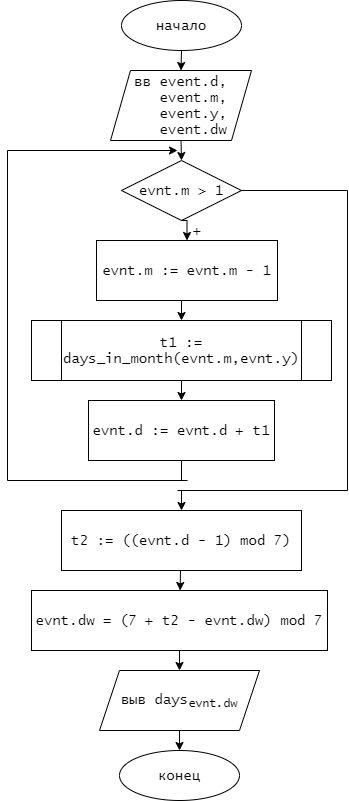
Earlier version of the draw.io export лр8/предопр проц.png (Aprokun/-). Source tidied: cells renumbered, new cells last; positions are measured from the earlier drawing's top-left corner, leaving out a move shared by most shapes. The source it was exported from:
```xml
<mxGraphModel>
  <root>
    <mxCell id="0" />
    <mxCell id="1" parent="0" />
    <mxCell id="2" style="edgeStyle=orthogonalEdgeStyle;rounded=0;jettySize=auto;html=1;exitX=0.5;exitY=1;exitDx=0;exitDy=0;entryX=0.5;entryY=0;entryDx=0;entryDy=0;fontFamily=Lucida Console;fontSize=14;" parent="1" edge="1" source="3" target="5">
      <mxGeometry relative="1" as="geometry" />
    </mxCell>
    <mxCell id="3" value="начало" style="ellipse;whiteSpace=wrap;html=1;fontFamily=Lucida Console;fontSize=14;" parent="1" vertex="1">
      <mxGeometry x="114" width="120" height="50" as="geometry" />
    </mxCell>
    <mxCell id="4" style="edgeStyle=orthogonalEdgeStyle;rounded=0;jettySize=auto;html=1;exitX=0.5;exitY=1;exitDx=0;exitDy=0;entryX=0.5;entryY=0;entryDx=0;entryDy=0;fontFamily=Lucida Console;fontSize=14;" parent="1" edge="1" source="5" target="7">
      <mxGeometry relative="1" as="geometry" />
    </mxCell>
    <mxCell id="5" value="вв event.d,&lt;br&gt;&amp;nbsp; &amp;nbsp;event.m,&lt;br&gt;&amp;nbsp; &amp;nbsp;event.y,&lt;br&gt;&amp;nbsp; &amp;nbsp;event.dw" style="shape=parallelogram;perimeter=parallelogramPerimeter;whiteSpace=wrap;html=1;fixedSize=1;fontFamily=Lucida Console;fontSize=14;" parent="1" vertex="1">
      <mxGeometry x="103" y="70" width="141" height="70" as="geometry" />
    </mxCell>
    <mxCell id="6" style="edgeStyle=orthogonalEdgeStyle;rounded=0;jettySize=auto;html=1;exitX=0.5;exitY=1;exitDx=0;exitDy=0;entryX=0.5;entryY=0;entryDx=0;entryDy=0;fontFamily=Lucida Console;fontSize=14;" parent="1" edge="1" source="7" target="9">
      <mxGeometry relative="1" as="geometry" />
    </mxCell>
    <mxCell id="7" value="evnt.m &amp;gt; 1" style="rhombus;whiteSpace=wrap;html=1;fontFamily=Lucida Console;fontSize=14;" parent="1" vertex="1">
      <mxGeometry x="114" y="160" width="120" height="60" as="geometry" />
    </mxCell>
    <mxCell id="8" style="edgeStyle=orthogonalEdgeStyle;rounded=0;jettySize=auto;html=1;exitX=0.5;exitY=1;exitDx=0;exitDy=0;entryX=0.5;entryY=0;entryDx=0;entryDy=0;fontFamily=Lucida Console;fontSize=14;" parent="1" edge="1" source="9" target="11">
      <mxGeometry relative="1" as="geometry" />
    </mxCell>
    <mxCell id="9" value="evnt.m := evnt.m - 1" style="rounded=0;whiteSpace=wrap;html=1;fontFamily=Lucida Console;fontSize=14;" parent="1" vertex="1">
      <mxGeometry x="89" y="240" width="181" height="60" as="geometry" />
    </mxCell>
    <mxCell id="10" style="edgeStyle=orthogonalEdgeStyle;rounded=0;jettySize=auto;html=1;exitX=0.5;exitY=1;exitDx=0;exitDy=0;entryX=0.5;entryY=0;entryDx=0;entryDy=0;fontFamily=Lucida Console;fontSize=14;" parent="1" edge="1" source="11" target="12">
      <mxGeometry relative="1" as="geometry" />
    </mxCell>
    <mxCell id="11" value="t1 := days_in_month(evnt.m,evnt.y)" style="shape=process;whiteSpace=wrap;html=1;backgroundOutline=1;fontFamily=Lucida Console;fontSize=14;" parent="1" vertex="1">
      <mxGeometry x="24" y="320" width="300" height="60" as="geometry" />
    </mxCell>
    <mxCell id="12" value="evnt.d := evnt.d + t1" style="rounded=0;whiteSpace=wrap;html=1;fontFamily=Lucida Console;fontSize=14;" parent="1" vertex="1">
      <mxGeometry x="81" y="400" width="186" height="60" as="geometry" />
    </mxCell>
    <mxCell id="13" value="+" style="text;html=1;align=center;verticalAlign=middle;fontSize=14;fontFamily=Lucida Console;" parent="1" vertex="1">
      <mxGeometry x="180" y="220" width="20" height="20" as="geometry" />
    </mxCell>
    <mxCell id="14" style="endArrow=none;html=1;fontFamily=Lucida Console;fontSize=14;entryX=0.5;entryY=1;entryDx=0;entryDy=0;" parent="1" edge="1" target="12">
      <mxGeometry relative="1" as="geometry">
        <mxPoint x="174" y="480" as="sourcePoint" />
      </mxGeometry>
    </mxCell>
    <mxCell id="15" style="endArrow=none;html=1;fontFamily=Lucida Console;fontSize=14;" parent="1" edge="1">
      <mxGeometry relative="1" as="geometry">
        <mxPoint y="480" as="sourcePoint" />
        <mxPoint x="180" y="480" as="targetPoint" />
      </mxGeometry>
    </mxCell>
    <mxCell id="16" style="endArrow=none;html=1;fontFamily=Lucida Console;fontSize=14;" parent="1" edge="1">
      <mxGeometry relative="1" as="geometry">
        <mxPoint y="480" as="sourcePoint" />
        <mxPoint y="150" as="targetPoint" />
      </mxGeometry>
    </mxCell>
    <mxCell id="17" style="endArrow=classic;html=1;fontFamily=Lucida Console;fontSize=14;" parent="1" edge="1">
      <mxGeometry relative="1" as="geometry">
        <mxPoint y="150" as="sourcePoint" />
        <mxPoint x="170" y="150" as="targetPoint" />
      </mxGeometry>
    </mxCell>
    <mxCell id="18" style="endArrow=none;html=1;fontFamily=Lucida Console;fontSize=14;entryX=1;entryY=0.5;entryDx=0;entryDy=0;" parent="1" edge="1" target="7">
      <mxGeometry relative="1" as="geometry">
        <mxPoint x="340" y="190" as="sourcePoint" />
      </mxGeometry>
    </mxCell>
    <mxCell id="19" style="endArrow=none;html=1;fontFamily=Lucida Console;fontSize=14;" parent="1" edge="1">
      <mxGeometry relative="1" as="geometry">
        <mxPoint x="340" y="490" as="sourcePoint" />
        <mxPoint x="340" y="190" as="targetPoint" />
      </mxGeometry>
    </mxCell>
    <mxCell id="20" style="endArrow=none;html=1;fontFamily=Lucida Console;fontSize=14;" parent="1" edge="1">
      <mxGeometry relative="1" as="geometry">
        <mxPoint x="170" y="490" as="sourcePoint" />
        <mxPoint x="340" y="490" as="targetPoint" />
      </mxGeometry>
    </mxCell>
    <mxCell id="21" style="endArrow=classic;html=1;fontFamily=Lucida Console;fontSize=14;" parent="1" edge="1">
      <mxGeometry relative="1" as="geometry">
        <mxPoint x="174" y="490" as="sourcePoint" />
        <mxPoint x="174" y="510" as="targetPoint" />
      </mxGeometry>
    </mxCell>
    <mxCell id="22" value="evnt.dw = (7 + t2 - evnt.dw) mod 7" style="rounded=0;whiteSpace=wrap;html=1;fontFamily=Lucida Console;fontSize=14;" parent="1" vertex="1">
      <mxGeometry x="24" y="590" width="296" height="60" as="geometry" />
    </mxCell>
    <mxCell id="23" value="t2 := ((evnt.d - 1) mod 7)" style="rounded=0;whiteSpace=wrap;html=1;fontFamily=Lucida Console;fontSize=14;" parent="1" vertex="1">
      <mxGeometry x="54" y="510" width="240" height="60" as="geometry" />
    </mxCell>
    <mxCell id="24" style="endArrow=classic;html=1;fontFamily=Lucida Console;fontSize=14;" parent="1" edge="1" target="22">
      <mxGeometry relative="1" as="geometry">
        <mxPoint x="173" y="570" as="sourcePoint" />
      </mxGeometry>
    </mxCell>
    <mxCell id="25" style="edgeStyle=orthogonalEdgeStyle;rounded=0;jettySize=auto;html=1;exitX=0.5;exitY=1;exitDx=0;exitDy=0;entryX=0.5;entryY=0;entryDx=0;entryDy=0;fontFamily=Lucida Console;fontSize=14;" parent="1" edge="1" source="26" target="28">
      <mxGeometry relative="1" as="geometry" />
    </mxCell>
    <mxCell id="26" value="выв days&lt;sub&gt;evnt.dw&lt;/sub&gt;" style="shape=parallelogram;perimeter=parallelogramPerimeter;whiteSpace=wrap;html=1;fixedSize=1;fontFamily=Lucida Console;fontSize=14;" parent="1" vertex="1">
      <mxGeometry x="92" y="670" width="160" height="60" as="geometry" />
    </mxCell>
    <mxCell id="27" style="endArrow=classic;html=1;fontFamily=Lucida Console;fontSize=14;entryX=0.5;entryY=0;entryDx=0;entryDy=0;exitX=0.5;exitY=1;exitDx=0;exitDy=0;" parent="1" edge="1" source="22" target="26">
      <mxGeometry relative="1" as="geometry" />
    </mxCell>
    <mxCell id="28" value="конец" style="ellipse;whiteSpace=wrap;html=1;fontFamily=Lucida Console;fontSize=14;" parent="1" vertex="1">
      <mxGeometry x="112" y="750" width="120" height="50" as="geometry" />
    </mxCell>
  </root>
</mxGraphModel>
```
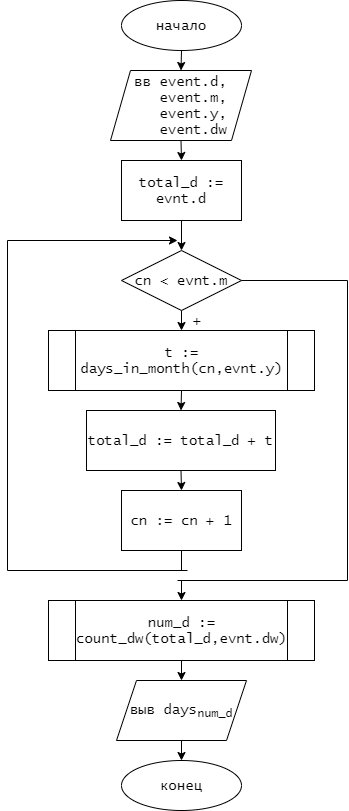
The same diagram one commit later.

Change to the diagram source:
```diff
@@ -8,104 +8,106 @@
     <mxCell id="3" value="начало" style="ellipse;whiteSpace=wrap;html=1;fontFamily=Lucida Console;fontSize=14;" parent="1" vertex="1">
       <mxGeometry x="114" width="120" height="50" as="geometry" />
     </mxCell>
-    <mxCell id="4" style="edgeStyle=orthogonalEdgeStyle;rounded=0;jettySize=auto;html=1;exitX=0.5;exitY=1;exitDx=0;exitDy=0;entryX=0.5;entryY=0;entryDx=0;entryDy=0;fontFamily=Lucida Console;fontSize=14;" parent="1" edge="1" source="5" target="7">
-      <mxGeometry relative="1" as="geometry" />
-    </mxCell>
+    <mxCell id="29" style="edgeStyle=orthogonalEdgeStyle;rounded=0;jettySize=auto;html=1;exitX=0.5;exitY=1;exitDx=0;exitDy=0;entryX=0.5;entryY=0;entryDx=0;entryDy=0;fontFamily=Lucida Console;fontSize=14;" parent="1" edge="1" source="5" target="36">
+      <mxGeometry relative="1" as="geometry" />
+    </mxCell>
     <mxCell id="5" value="вв event.d,&lt;br&gt;&amp;nbsp; &amp;nbsp;event.m,&lt;br&gt;&amp;nbsp; &amp;nbsp;event.y,&lt;br&gt;&amp;nbsp; &amp;nbsp;event.dw" style="shape=parallelogram;perimeter=parallelogramPerimeter;whiteSpace=wrap;html=1;fixedSize=1;fontFamily=Lucida Console;fontSize=14;" parent="1" vertex="1">
       <mxGeometry x="103" y="70" width="141" height="70" as="geometry" />
     </mxCell>
-    <mxCell id="6" style="edgeStyle=orthogonalEdgeStyle;rounded=0;jettySize=auto;html=1;exitX=0.5;exitY=1;exitDx=0;exitDy=0;entryX=0.5;entryY=0;entryDx=0;entryDy=0;fontFamily=Lucida Console;fontSize=14;" parent="1" edge="1" source="7" target="9">
-      <mxGeometry relative="1" as="geometry" />
+    <mxCell id="6" style="edgeStyle=orthogonalEdgeStyle;rounded=0;jettySize=auto;html=1;exitX=0.5;exitY=1;exitDx=0;exitDy=0;entryX=0.5;entryY=0;entryDx=0;entryDy=0;fontFamily=Lucida Console;fontSize=14;" parent="1" edge="1" source="7">
+      <mxGeometry relative="1" as="geometry">
+        <mxPoint x="174" y="330" as="targetPoint" />
+      </mxGeometry>
     </mxCell>
-    <mxCell id="7" value="evnt.m &amp;gt; 1" style="rhombus;whiteSpace=wrap;html=1;fontFamily=Lucida Console;fontSize=14;" parent="1" vertex="1">
-      <mxGeometry x="114" y="160" width="120" height="60" as="geometry" />
+    <mxCell id="7" value="cn &amp;lt; evnt.m" style="rhombus;whiteSpace=wrap;html=1;fontFamily=Lucida Console;fontSize=14;" parent="1" vertex="1">
+      <mxGeometry x="114" y="250" width="120" height="60" as="geometry" />
     </mxCell>
-    <mxCell id="8" style="edgeStyle=orthogonalEdgeStyle;rounded=0;jettySize=auto;html=1;exitX=0.5;exitY=1;exitDx=0;exitDy=0;entryX=0.5;entryY=0;entryDx=0;entryDy=0;fontFamily=Lucida Console;fontSize=14;" parent="1" edge="1" source="9" target="11">
-      <mxGeometry relative="1" as="geometry" />
-    </mxCell>
-    <mxCell id="9" value="evnt.m := evnt.m - 1" style="rounded=0;whiteSpace=wrap;html=1;fontFamily=Lucida Console;fontSize=14;" parent="1" vertex="1">
-      <mxGeometry x="89" y="240" width="181" height="60" as="geometry" />
-    </mxCell>
     <mxCell id="10" style="edgeStyle=orthogonalEdgeStyle;rounded=0;jettySize=auto;html=1;exitX=0.5;exitY=1;exitDx=0;exitDy=0;entryX=0.5;entryY=0;entryDx=0;entryDy=0;fontFamily=Lucida Console;fontSize=14;" parent="1" edge="1" source="11" target="12">
       <mxGeometry relative="1" as="geometry" />
     </mxCell>
-    <mxCell id="11" value="t1 := days_in_month(evnt.m,evnt.y)" style="shape=process;whiteSpace=wrap;html=1;backgroundOutline=1;fontFamily=Lucida Console;fontSize=14;" parent="1" vertex="1">
-      <mxGeometry x="24" y="320" width="300" height="60" as="geometry" />
+    <mxCell id="11" value="t := days_in_month(cn,evnt.y)" style="shape=process;whiteSpace=wrap;html=1;backgroundOutline=1;fontFamily=Lucida Console;fontSize=14;" parent="1" vertex="1">
+      <mxGeometry x="41" y="330" width="266" height="60" as="geometry" />
     </mxCell>
+    <mxCell id="30" style="edgeStyle=orthogonalEdgeStyle;rounded=0;jettySize=auto;html=1;exitX=0.5;exitY=1;exitDx=0;exitDy=0;entryX=0.5;entryY=0;entryDx=0;entryDy=0;fontFamily=Lucida Console;fontSize=14;" parent="1" edge="1" source="12" target="31">
+      <mxGeometry relative="1" as="geometry" />
+    </mxCell>
-    <mxCell id="12" value="evnt.d := evnt.d + t1" style="rounded=0;whiteSpace=wrap;html=1;fontFamily=Lucida Console;fontSize=14;" parent="1" vertex="1">
-      <mxGeometry x="81" y="400" width="186" height="60" as="geometry" />
+    <mxCell id="12" value="total_d := total_d + t" style="rounded=0;whiteSpace=wrap;html=1;fontFamily=Lucida Console;fontSize=14;" parent="1" vertex="1">
+      <mxGeometry x="79" y="410" width="189" height="60" as="geometry" />
     </mxCell>
     <mxCell id="13" value="+" style="text;html=1;align=center;verticalAlign=middle;fontSize=14;fontFamily=Lucida Console;" parent="1" vertex="1">
-      <mxGeometry x="180" y="220" width="20" height="20" as="geometry" />
+      <mxGeometry x="180" y="310" width="20" height="20" as="geometry" />
     </mxCell>
-    <mxCell id="14" style="endArrow=none;html=1;fontFamily=Lucida Console;fontSize=14;entryX=0.5;entryY=1;entryDx=0;entryDy=0;" parent="1" edge="1" target="12">
-      <mxGeometry relative="1" as="geometry">
-        <mxPoint x="174" y="480" as="sourcePoint" />
-      </mxGeometry>
-    </mxCell>
     <mxCell id="15" style="endArrow=none;html=1;fontFamily=Lucida Console;fontSize=14;" parent="1" edge="1">
       <mxGeometry relative="1" as="geometry">
-        <mxPoint y="480" as="sourcePoint" />
-        <mxPoint x="180" y="480" as="targetPoint" />
+        <mxPoint y="570" as="sourcePoint" />
+        <mxPoint x="180" y="570" as="targetPoint" />
       </mxGeometry>
     </mxCell>
     <mxCell id="16" style="endArrow=none;html=1;fontFamily=Lucida Console;fontSize=14;" parent="1" edge="1">
       <mxGeometry relative="1" as="geometry">
-        <mxPoint y="480" as="sourcePoint" />
-        <mxPoint y="150" as="targetPoint" />
+        <mxPoint y="570" as="sourcePoint" />
+        <mxPoint y="240" as="targetPoint" />
       </mxGeometry>
     </mxCell>
     <mxCell id="17" style="endArrow=classic;html=1;fontFamily=Lucida Console;fontSize=14;" parent="1" edge="1">
       <mxGeometry relative="1" as="geometry">
-        <mxPoint y="150" as="sourcePoint" />
-        <mxPoint x="170" y="150" as="targetPoint" />
+        <mxPoint y="240" as="sourcePoint" />
+        <mxPoint x="170" y="240" as="targetPoint" />
       </mxGeometry>
     </mxCell>
     <mxCell id="18" style="endArrow=none;html=1;fontFamily=Lucida Console;fontSize=14;entryX=1;entryY=0.5;entryDx=0;entryDy=0;" parent="1" edge="1" target="7">
       <mxGeometry relative="1" as="geometry">
-        <mxPoint x="340" y="190" as="sourcePoint" />
+        <mxPoint x="340" y="280" as="sourcePoint" />
       </mxGeometry>
     </mxCell>
     <mxCell id="19" style="endArrow=none;html=1;fontFamily=Lucida Console;fontSize=14;" parent="1" edge="1">
       <mxGeometry relative="1" as="geometry">
-        <mxPoint x="340" y="490" as="sourcePoint" />
-        <mxPoint x="340" y="190" as="targetPoint" />
+        <mxPoint x="340" y="580" as="sourcePoint" />
+        <mxPoint x="340" y="280" as="targetPoint" />
       </mxGeometry>
     </mxCell>
     <mxCell id="20" style="endArrow=none;html=1;fontFamily=Lucida Console;fontSize=14;" parent="1" edge="1">
       <mxGeometry relative="1" as="geometry">
-        <mxPoint x="170" y="490" as="sourcePoint" />
-        <mxPoint x="340" y="490" as="targetPoint" />
+        <mxPoint x="170" y="580" as="sourcePoint" />
+        <mxPoint x="340" y="580" as="targetPoint" />
       </mxGeometry>
     </mxCell>
     <mxCell id="21" style="endArrow=classic;html=1;fontFamily=Lucida Console;fontSize=14;" parent="1" edge="1">
       <mxGeometry relative="1" as="geometry">
-        <mxPoint x="174" y="490" as="sourcePoint" />
-        <mxPoint x="174" y="510" as="targetPoint" />
+        <mxPoint x="174" y="580" as="sourcePoint" />
+        <mxPoint x="174" y="600" as="targetPoint" />
       </mxGeometry>
     </mxCell>
-    <mxCell id="22" value="evnt.dw = (7 + t2 - evnt.dw) mod 7" style="rounded=0;whiteSpace=wrap;html=1;fontFamily=Lucida Console;fontSize=14;" parent="1" vertex="1">
-      <mxGeometry x="24" y="590" width="296" height="60" as="geometry" />
-    </mxCell>
-    <mxCell id="23" value="t2 := ((evnt.d - 1) mod 7)" style="rounded=0;whiteSpace=wrap;html=1;fontFamily=Lucida Console;fontSize=14;" parent="1" vertex="1">
-      <mxGeometry x="54" y="510" width="240" height="60" as="geometry" />
-    </mxCell>
-    <mxCell id="24" style="endArrow=classic;html=1;fontFamily=Lucida Console;fontSize=14;" parent="1" edge="1" target="22">
-      <mxGeometry relative="1" as="geometry">
-        <mxPoint x="173" y="570" as="sourcePoint" />
-      </mxGeometry>
-    </mxCell>
-    <mxCell id="25" style="edgeStyle=orthogonalEdgeStyle;rounded=0;jettySize=auto;html=1;exitX=0.5;exitY=1;exitDx=0;exitDy=0;entryX=0.5;entryY=0;entryDx=0;entryDy=0;fontFamily=Lucida Console;fontSize=14;" parent="1" edge="1" source="26" target="28">
-      <mxGeometry relative="1" as="geometry" />
+    <mxCell id="25" style="edgeStyle=orthogonalEdgeStyle;rounded=0;jettySize=auto;html=1;exitX=0.5;exitY=1;exitDx=0;exitDy=0;entryX=0.5;entryY=0;entryDx=0;entryDy=0;fontFamily=Lucida Console;fontSize=14;" parent="1" edge="1" target="28">
+      <mxGeometry relative="1" as="geometry">
+        <mxPoint x="174" y="740" as="sourcePoint" />
+      </mxGeometry>
     </mxCell>
-    <mxCell id="26" value="выв days&lt;sub&gt;evnt.dw&lt;/sub&gt;" style="shape=parallelogram;perimeter=parallelogramPerimeter;whiteSpace=wrap;html=1;fixedSize=1;fontFamily=Lucida Console;fontSize=14;" parent="1" vertex="1">
-      <mxGeometry x="92" y="670" width="160" height="60" as="geometry" />
-    </mxCell>
-    <mxCell id="27" style="endArrow=classic;html=1;fontFamily=Lucida Console;fontSize=14;entryX=0.5;entryY=0;entryDx=0;entryDy=0;exitX=0.5;exitY=1;exitDx=0;exitDy=0;" parent="1" edge="1" source="22" target="26">
-      <mxGeometry relative="1" as="geometry" />
-    </mxCell>
     <mxCell id="28" value="конец" style="ellipse;whiteSpace=wrap;html=1;fontFamily=Lucida Console;fontSize=14;" parent="1" vertex="1">
-      <mxGeometry x="112" y="750" width="120" height="50" as="geometry" />
+      <mxGeometry x="114" y="760" width="120" height="50" as="geometry" />
     </mxCell>
+    <mxCell id="31" value="cn := cn + 1" style="rounded=0;whiteSpace=wrap;html=1;fontSize=14;fontFamily=Lucida Console;" parent="1" vertex="1">
+      <mxGeometry x="114" y="490" width="120" height="60" as="geometry" />
+    </mxCell>
+    <mxCell id="32" style="endArrow=none;html=1;fontFamily=Lucida Console;fontSize=14;entryX=0.5;entryY=1;entryDx=0;entryDy=0;" parent="1" edge="1" target="31">
+      <mxGeometry relative="1" as="geometry">
+        <mxPoint x="174" y="570" as="sourcePoint" />
+      </mxGeometry>
+    </mxCell>
+    <mxCell id="33" style="edgeStyle=orthogonalEdgeStyle;rounded=0;jettySize=auto;html=1;exitX=0.5;exitY=1;exitDx=0;exitDy=0;entryX=0.5;entryY=0;entryDx=0;entryDy=0;fontFamily=Lucida Console;fontSize=14;" parent="1" edge="1" source="34" target="37">
+      <mxGeometry relative="1" as="geometry" />
+    </mxCell>
+    <mxCell id="34" value="num_d := count_dw(total_d,evnt.dw)" style="shape=process;whiteSpace=wrap;html=1;backgroundOutline=1;fontFamily=Lucida Console;fontSize=14;" parent="1" vertex="1">
+      <mxGeometry x="41" y="600" width="266" height="60" as="geometry" />
+    </mxCell>
+    <mxCell id="35" style="edgeStyle=orthogonalEdgeStyle;rounded=0;jettySize=auto;html=1;exitX=0.5;exitY=1;exitDx=0;exitDy=0;entryX=0.5;entryY=0;entryDx=0;entryDy=0;fontFamily=Lucida Console;fontSize=14;" parent="1" edge="1" source="36" target="7">
+      <mxGeometry relative="1" as="geometry" />
+    </mxCell>
+    <mxCell id="36" value="total_d := evnt.d" style="rounded=0;whiteSpace=wrap;html=1;fontSize=14;fontFamily=Lucida Console;" parent="1" vertex="1">
+      <mxGeometry x="114" y="160" width="120" height="60" as="geometry" />
+    </mxCell>
+    <mxCell id="37" value="выв days&lt;sub&gt;num_d&lt;/sub&gt;" style="shape=parallelogram;perimeter=parallelogramPerimeter;whiteSpace=wrap;html=1;fixedSize=1;fontFamily=Lucida Console;fontSize=14;" parent="1" vertex="1">
+      <mxGeometry x="109" y="680" width="130" height="60" as="geometry" />
+    </mxCell>
   </root>
 </mxGraphModel>
```
